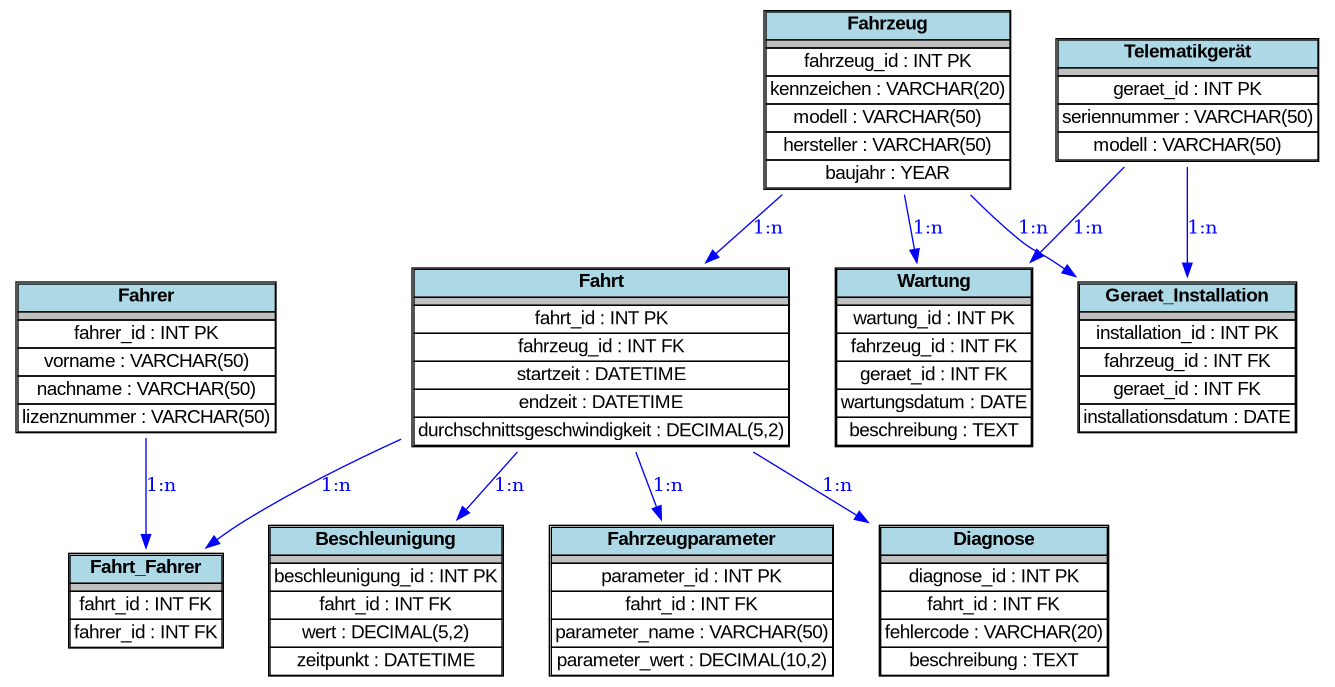
Before: docs/ERD.png, a diagram exported from Graphviz (Andre-4949/dhbw-db-2425). Its source is kept beside it as docs/ERD.dot.
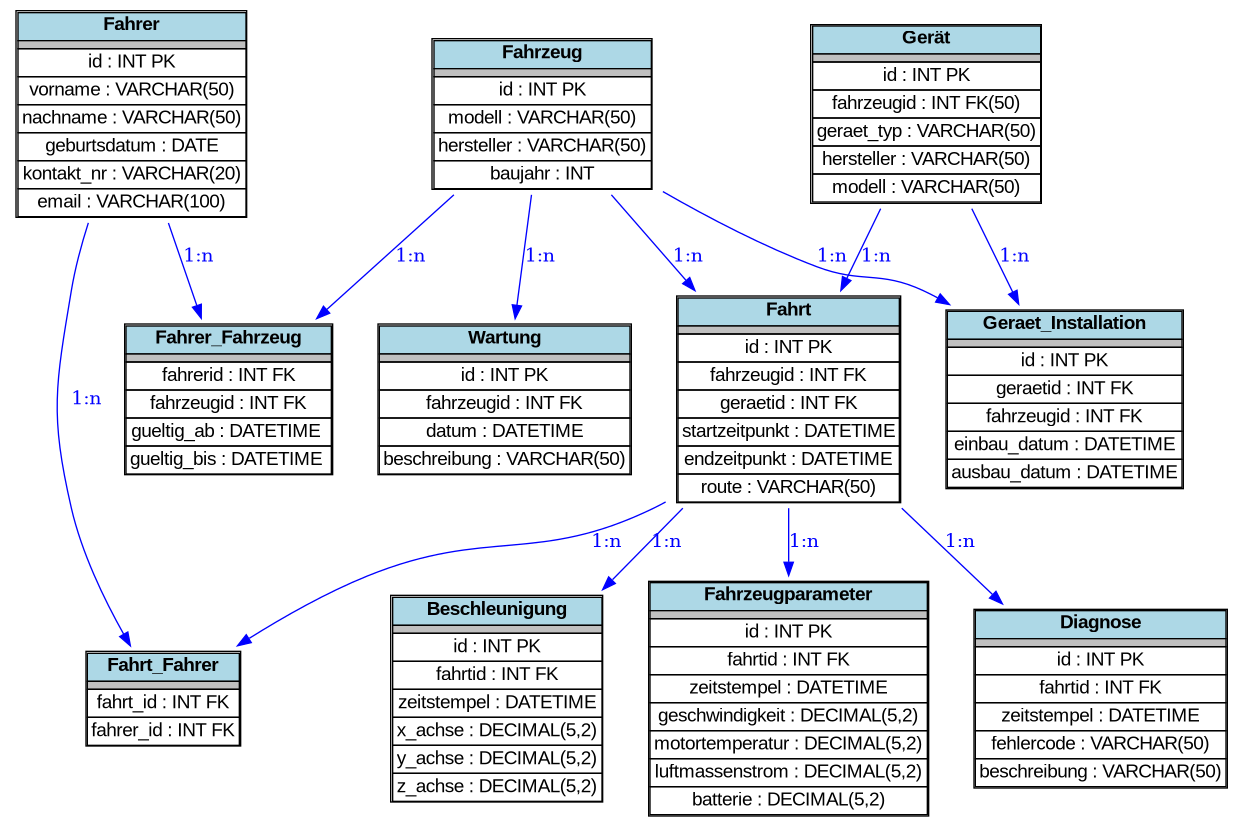
After the commit.

Commit message:
fix: cleaned up ERD & minor changes to mysql-schema differentiating between DATE and DATETIME

The edit, as a diff of the source:
```diff
@@ -5,11 +5,10 @@
         <TABLE BORDER="1" CELLBORDER="1" CELLSPACING="0">
             <TR><TD BGCOLOR="lightblue"><B>Fahrzeug</B></TD></TR>
             <TR><TD BGCOLOR="gray"></TD></TR>
-            <TR><TD>fahrzeug_id : INT PK</TD></TR>
-            <TR><TD>kennzeichen : VARCHAR(20)</TD></TR>
+            <TR><TD>id : INT PK</TD></TR>
             <TR><TD>modell : VARCHAR(50)</TD></TR>
             <TR><TD>hersteller : VARCHAR(50)</TD></TR>
-            <TR><TD>baujahr : YEAR</TD></TR>
+            <TR><TD>baujahr : INT</TD></TR>
         </TABLE>
     >];
 
@@ -17,10 +16,23 @@
         <TABLE BORDER="1" CELLBORDER="1" CELLSPACING="0">
             <TR><TD BGCOLOR="lightblue"><B>Fahrer</B></TD></TR>
             <TR><TD BGCOLOR="gray"></TD></TR>
-            <TR><TD>fahrer_id : INT PK</TD></TR>
+            <TR><TD>id : INT PK</TD></TR>
             <TR><TD>vorname : VARCHAR(50)</TD></TR>
             <TR><TD>nachname : VARCHAR(50)</TD></TR>
-            <TR><TD>lizenznummer : VARCHAR(50)</TD></TR>
+            <TR><TD>geburtsdatum : DATE</TD></TR>
+            <TR><TD>kontakt_nr : VARCHAR(20)</TD></TR>
+            <TR><TD>email : VARCHAR(100)</TD></TR>
+        </TABLE>
+    >];
+
+    Fahrer_Fahrzeug [label=<
+        <TABLE BORDER="1" CELLBORDER="1" CELLSPACING="0">
+            <TR><TD BGCOLOR="lightblue"><B>Fahrer_Fahrzeug</B></TD></TR>
+            <TR><TD BGCOLOR="gray"></TD></TR>
+            <TR><TD>fahrerid : INT FK</TD></TR>
+            <TR><TD>fahrzeugid : INT FK</TD></TR>
+            <TR><TD>gueltig_ab : DATETIME </TD></TR>
+            <TR><TD>gueltig_bis : DATETIME </TD></TR>
         </TABLE>
     >];
 
@@ -28,11 +40,12 @@
         <TABLE BORDER="1" CELLBORDER="1" CELLSPACING="0">
             <TR><TD BGCOLOR="lightblue"><B>Fahrt</B></TD></TR>
             <TR><TD BGCOLOR="gray"></TD></TR>
-            <TR><TD>fahrt_id : INT PK</TD></TR>
-            <TR><TD>fahrzeug_id : INT FK</TD></TR>
-            <TR><TD>startzeit : DATETIME</TD></TR>
-            <TR><TD>endzeit : DATETIME</TD></TR>
-            <TR><TD>durchschnittsgeschwindigkeit : DECIMAL(5,2)</TD></TR>
+            <TR><TD>id : INT PK</TD></TR>
+            <TR><TD>fahrzeugid : INT FK</TD></TR>
+            <TR><TD>geraetid : INT FK</TD></TR>
+            <TR><TD>startzeitpunkt : DATETIME</TD></TR>
+            <TR><TD>endzeitpunkt : DATETIME</TD></TR>
+            <TR><TD>route : VARCHAR(50)</TD></TR>
         </TABLE>
     >];
 
@@ -47,10 +60,12 @@
 
     Geraet [label=<
         <TABLE BORDER="1" CELLBORDER="1" CELLSPACING="0">
-            <TR><TD BGCOLOR="lightblue"><B>Telematikgerät</B></TD></TR>
+            <TR><TD BGCOLOR="lightblue"><B>Gerät</B></TD></TR>
             <TR><TD BGCOLOR="gray"></TD></TR>
-            <TR><TD>geraet_id : INT PK</TD></TR>
-            <TR><TD>seriennummer : VARCHAR(50)</TD></TR>
+            <TR><TD>id : INT PK</TD></TR>
+            <TR><TD>fahrzeugid : INT FK(50)</TD></TR>
+            <TR><TD>geraet_typ : VARCHAR(50)</TD></TR>
+            <TR><TD>hersteller : VARCHAR(50)</TD></TR>
             <TR><TD>modell : VARCHAR(50)</TD></TR>
         </TABLE>
     >];
@@ -59,11 +74,10 @@
         <TABLE BORDER="1" CELLBORDER="1" CELLSPACING="0">
             <TR><TD BGCOLOR="lightblue"><B>Wartung</B></TD></TR>
             <TR><TD BGCOLOR="gray"></TD></TR>
-            <TR><TD>wartung_id : INT PK</TD></TR>
-            <TR><TD>fahrzeug_id : INT FK</TD></TR>
-            <TR><TD>geraet_id : INT FK</TD></TR>
-            <TR><TD>wartungsdatum : DATE</TD></TR>
-            <TR><TD>beschreibung : TEXT</TD></TR>
+            <TR><TD>id : INT PK</TD></TR>
+            <TR><TD>fahrzeugid : INT FK</TD></TR>
+            <TR><TD>datum : DATETIME</TD></TR>
+            <TR><TD>beschreibung : VARCHAR(50)</TD></TR>
         </TABLE>
     >];
 
@@ -71,10 +85,11 @@
         <TABLE BORDER="1" CELLBORDER="1" CELLSPACING="0">
             <TR><TD BGCOLOR="lightblue"><B>Diagnose</B></TD></TR>
             <TR><TD BGCOLOR="gray"></TD></TR>
-            <TR><TD>diagnose_id : INT PK</TD></TR>
-            <TR><TD>fahrt_id : INT FK</TD></TR>
-            <TR><TD>fehlercode : VARCHAR(20)</TD></TR>
-            <TR><TD>beschreibung : TEXT</TD></TR>
+            <TR><TD>id : INT PK</TD></TR>
+            <TR><TD>fahrtid : INT FK</TD></TR>
+            <TR><TD>zeitstempel : DATETIME</TD></TR>
+            <TR><TD>fehlercode : VARCHAR(50)</TD></TR>
+            <TR><TD>beschreibung : VARCHAR(50)</TD></TR>
         </TABLE>
     >];
 
@@ -82,10 +97,12 @@
         <TABLE BORDER="1" CELLBORDER="1" CELLSPACING="0">
             <TR><TD BGCOLOR="lightblue"><B>Beschleunigung</B></TD></TR>
             <TR><TD BGCOLOR="gray"></TD></TR>
-            <TR><TD>beschleunigung_id : INT PK</TD></TR>
-            <TR><TD>fahrt_id : INT FK</TD></TR>
-            <TR><TD>wert : DECIMAL(5,2)</TD></TR>
-            <TR><TD>zeitpunkt : DATETIME</TD></TR>
+            <TR><TD>id : INT PK</TD></TR>
+            <TR><TD>fahrtid : INT FK</TD></TR>
+            <TR><TD>zeitstempel : DATETIME</TD></TR>
+            <TR><TD>x_achse : DECIMAL(5,2)</TD></TR>
+            <TR><TD>y_achse : DECIMAL(5,2)</TD></TR>
+            <TR><TD>z_achse : DECIMAL(5,2)</TD></TR>
         </TABLE>
     >];
 
@@ -93,10 +110,13 @@
         <TABLE BORDER="1" CELLBORDER="1" CELLSPACING="0">
             <TR><TD BGCOLOR="lightblue"><B>Fahrzeugparameter</B></TD></TR>
             <TR><TD BGCOLOR="gray"></TD></TR>
-            <TR><TD>parameter_id : INT PK</TD></TR>
-            <TR><TD>fahrt_id : INT FK</TD></TR>
-            <TR><TD>parameter_name : VARCHAR(50)</TD></TR>
-            <TR><TD>parameter_wert : DECIMAL(10,2)</TD></TR>
+            <TR><TD>id : INT PK</TD></TR>
+            <TR><TD>fahrtid : INT FK</TD></TR>
+            <TR><TD>zeitstempel : DATETIME</TD></TR>
+            <TR><TD>geschwindigkeit : DECIMAL(5,2)</TD></TR>
+            <TR><TD>motortemperatur : DECIMAL(5,2)</TD></TR>
+            <TR><TD>luftmassenstrom : DECIMAL(5,2)</TD></TR>
+            <TR><TD>batterie : DECIMAL(5,2)</TD></TR>
         </TABLE>
     >];
 
@@ -104,21 +124,25 @@
         <TABLE BORDER="1" CELLBORDER="1" CELLSPACING="0">
             <TR><TD BGCOLOR="lightblue"><B>Geraet_Installation</B></TD></TR>
             <TR><TD BGCOLOR="gray"></TD></TR>
-            <TR><TD>installation_id : INT PK</TD></TR>
-            <TR><TD>fahrzeug_id : INT FK</TD></TR>
-            <TR><TD>geraet_id : INT FK</TD></TR>
-            <TR><TD>installationsdatum : DATE</TD></TR>
+            <TR><TD>id : INT PK</TD></TR>
+            <TR><TD>geraetid : INT FK</TD></TR>
+            <TR><TD>fahrzeugid : INT FK</TD></TR>
+            <TR><TD>einbau_datum : DATETIME</TD></TR>
+            <TR><TD>ausbau_datum : DATETIME</TD></TR>
         </TABLE>
-    >];
+   >];
 
     Fahrzeug -> Fahrt [label="1:n", color=blue, fontcolor=blue];
     Fahrzeug -> Wartung [label="1:n", color=blue, fontcolor=blue];
     Fahrzeug -> Geraet_Installation [label="1:n", color=blue, fontcolor=blue];
+    Fahrzeug -> Fahrer_Fahrzeug [label="1:n", color=blue, fontcolor=blue];
     Fahrer -> Fahrt_Fahrer [label="1:n", color=blue, fontcolor=blue];
+    Fahrer -> Fahrer_Fahrzeug [label="1:n", color=blue, fontcolor=blue];
     Fahrt -> Fahrt_Fahrer [label="1:n", color=blue, fontcolor=blue];
     Fahrt -> Diagnose [label="1:n", color=blue, fontcolor=blue];
     Fahrt -> Beschleunigung [label="1:n", color=blue, fontcolor=blue];
     Fahrt -> Fahrzeugparameter [label="1:n", color=blue, fontcolor=blue];
-    Geraet -> Wartung [label="1:n", color=blue, fontcolor=blue];
     Geraet -> Geraet_Installation [label="1:n", color=blue, fontcolor=blue];
+    Geraet -> Fahrt [label="1:n", color=blue, fontcolor=blue];
+
 }
```
